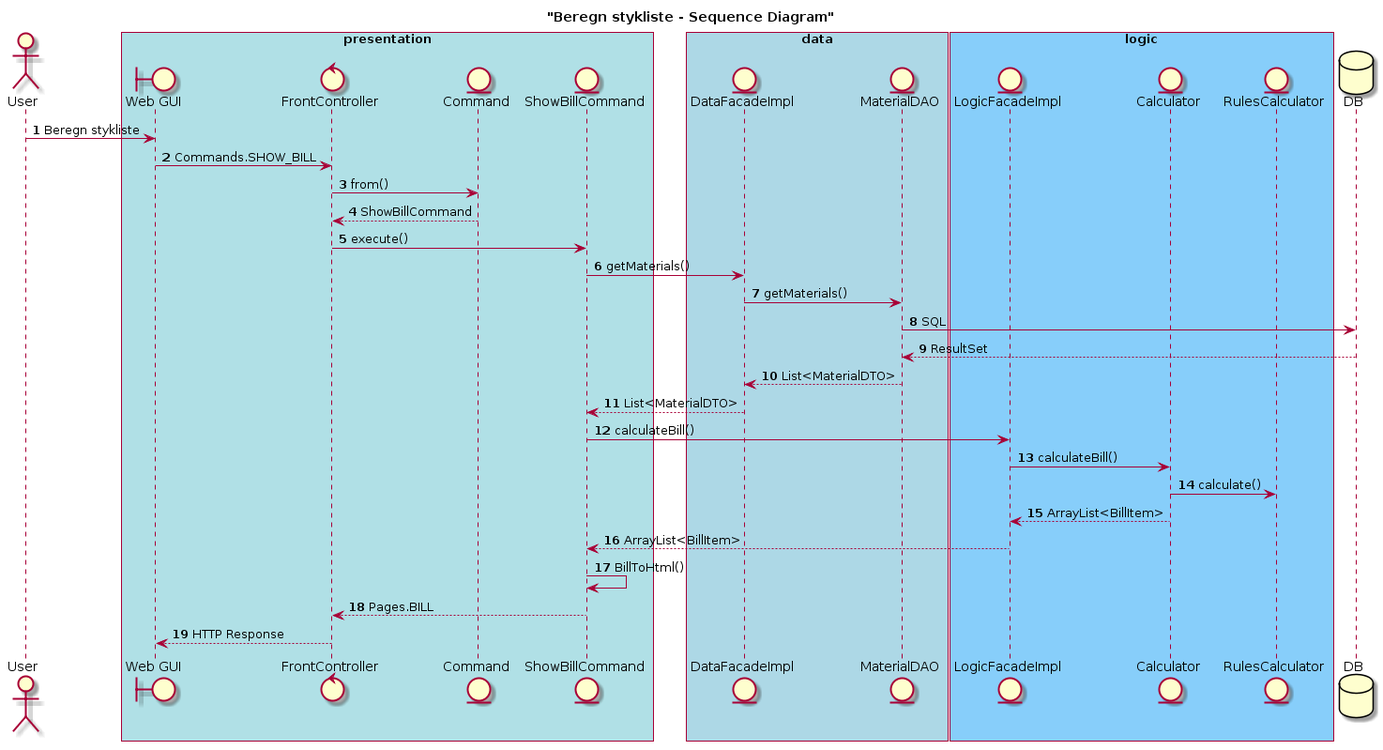
Earlier version of the PlantUML export Analysedokumenter/SSD beregn stykliste.png (CK2800/Fog).
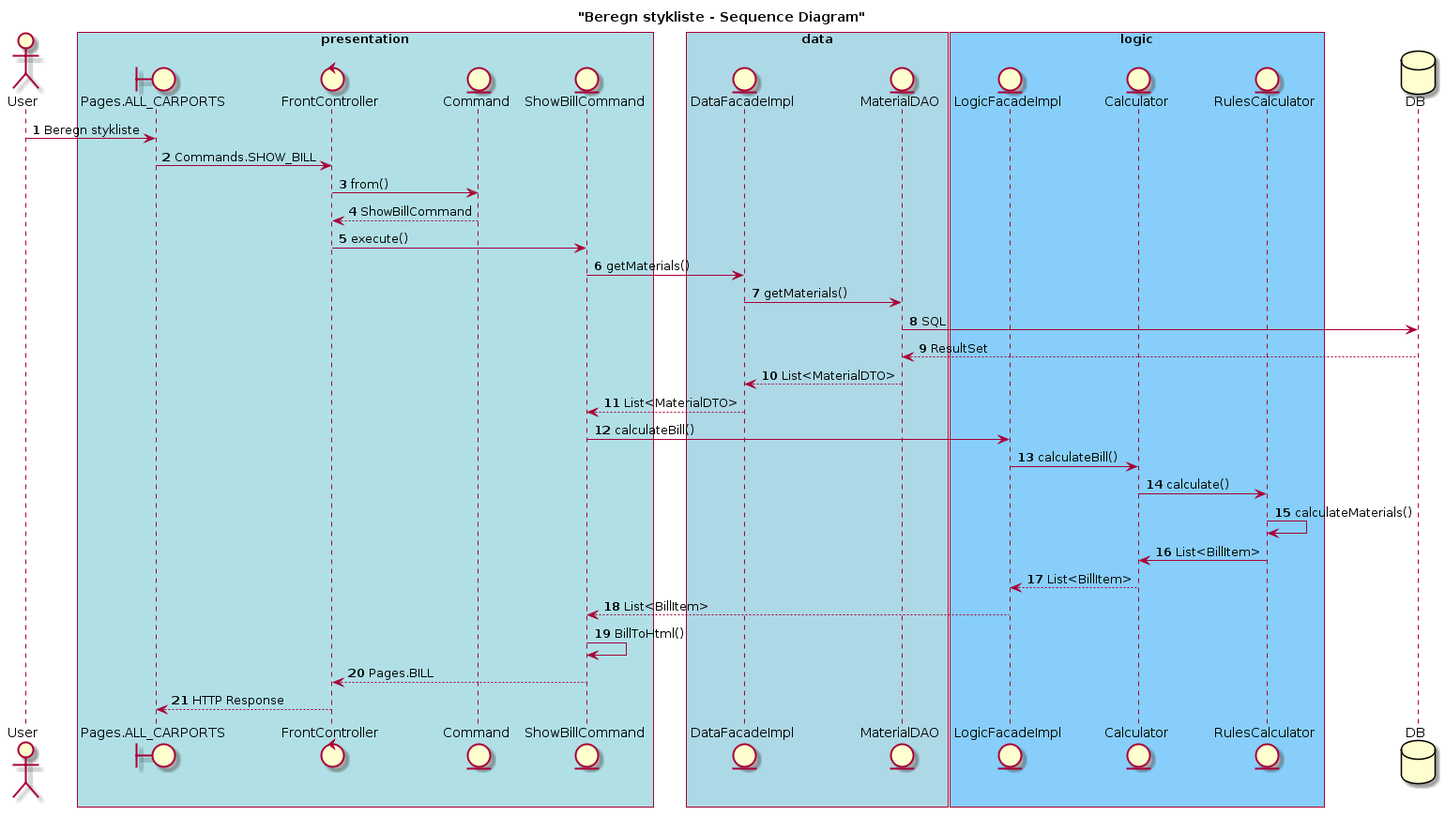
The same file after the commit.

Diff of the diagram source:
```diff
@@ -5,7 +5,7 @@
 actor User
 
 box "presentation" #PowderBlue
-boundary "Web GUI" as GUI
+boundary "Pages.ALL_CARPORTS" as GUI
 control "FrontController" as FC
 entity Command as COM
 entity ShowBillCommand as SBC
@@ -38,8 +38,10 @@
 SBC -> LF : calculateBill()
 LF -> Calc: calculateBill()
 Calc-> RC : calculate()
-Calc-->LF : ArrayList<BillItem>
-LF -->SBC : ArrayList<BillItem>
+RC  -> RC : calculateMaterials()
+RC -> Calc: List<BillItem>
+Calc-->LF : List<BillItem>
+LF -->SBC : List<BillItem>
 SBC -> SBC: BillToHtml()
 SBC -->FC : Pages.BILL
 FC -->GUI : HTTP Response
```
